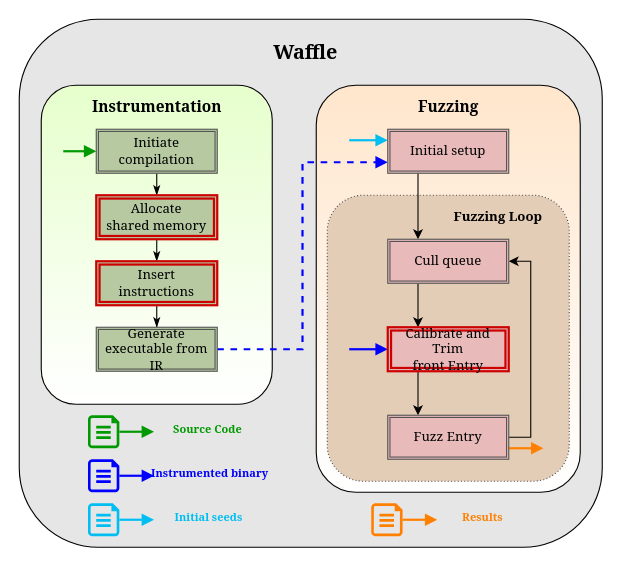
Above: Images/drawio/waffle-proc.drawio in behnamarbab/masterthesis (draw.io), before the change. Source tidied: cells renumbered, new cells numbered last; positions are measured from the earlier drawing's top-left corner, leaving out a move shared by most shapes. Both pictures are drawn from the tidied source at 110%, with x=0, y=0 at pixel (19, 19).
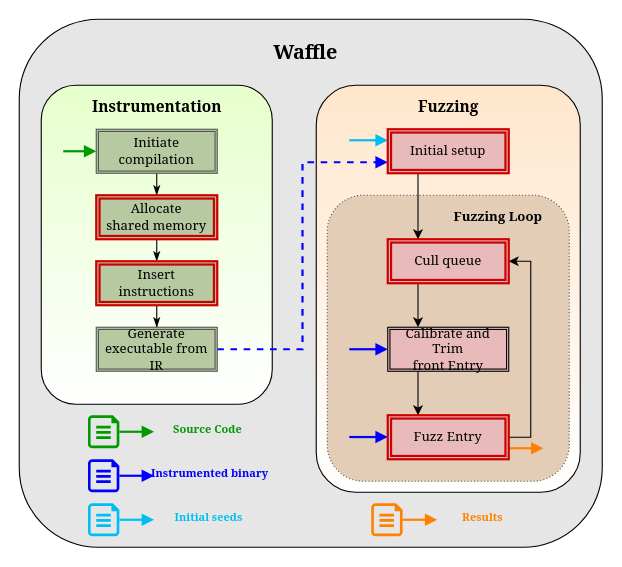
The same page after the edit.

The edit, as a diff of the source:
```diff
@@
-    <mxCell id="37" value="Fuzz Entry" style="shape=ext;double=1;rounded=0;whiteSpace=wrap;html=1;strokeColor=#545454;strokeWidth=1;fontFamily=Georgia;fontSize=12;fillColor=#E8BABA;" parent="1" vertex="1">
+    <mxCell id="37" value="Fuzz Entry" style="shape=ext;double=1;rounded=0;whiteSpace=wrap;html=1;strokeWidth=2;fontFamily=Georgia;fontSize=12;fillColor=#E8BABA;strokeColor=#CC0000;" parent="1" vertex="1">
       <mxGeometry x="335" y="360" width="110" height="40" as="geometry" />
     </mxCell>
-    <mxCell id="38" value="Calibrate and Trim&lt;br&gt;front Entry" style="shape=ext;double=1;rounded=0;whiteSpace=wrap;html=1;strokeWidth=2;fontFamily=Georgia;fontSize=12;fillColor=#E8BABA;strokeColor=#CC0000;" parent="1" vertex="1">
+    <mxCell id="38" value="Calibrate and Trim&lt;br&gt;front Entry" style="shape=ext;double=1;rounded=0;whiteSpace=wrap;html=1;strokeWidth=1;fontFamily=Georgia;fontSize=12;fillColor=#E8BABA;" parent="1" vertex="1">
       <mxGeometry x="335" y="280" width="110" height="40" as="geometry" />
     </mxCell>
-    <mxCell id="39" value="Cull queue" style="shape=ext;double=1;rounded=0;whiteSpace=wrap;html=1;strokeColor=#545454;strokeWidth=1;fontFamily=Georgia;fontSize=12;fillColor=#E8BABA;" parent="1" vertex="1">
+    <mxCell id="39" value="Cull queue" style="shape=ext;double=1;rounded=0;whiteSpace=wrap;html=1;strokeWidth=2;fontFamily=Georgia;fontSize=12;fillColor=#E8BABA;strokeColor=#CC0000;" parent="1" vertex="1">
       <mxGeometry x="335" y="200" width="110" height="40" as="geometry" />
     </mxCell>
@@
-    <mxCell id="44" value="Initial setup" style="shape=ext;double=1;rounded=0;whiteSpace=wrap;html=1;strokeColor=#545454;strokeWidth=1;fontFamily=Georgia;fontSize=12;fillColor=#E8BABA;" parent="1" vertex="1">
+    <mxCell id="44" value="Initial setup" style="shape=ext;double=1;rounded=0;whiteSpace=wrap;html=1;strokeWidth=2;fontFamily=Georgia;fontSize=12;fillColor=#E8BABA;strokeColor=#CC0000;" parent="1" vertex="1">
       <mxGeometry x="335" y="100" width="110" height="40" as="geometry" />
     </mxCell>
+    <mxCell id="45" style="endArrow=block;html=1;strokeWidth=2;fontFamily=Georgia;fontSize=12;endFill=1;entryX=0;entryY=0.5;entryDx=0;entryDy=0;strokeColor=#0000FF;" parent="1" edge="1">
+      <mxGeometry relative="1" as="geometry">
+        <mxPoint x="300" y="379.8" as="sourcePoint" />
+        <mxPoint x="335" y="379.8" as="targetPoint" />
+      </mxGeometry>
+    </mxCell>
```
